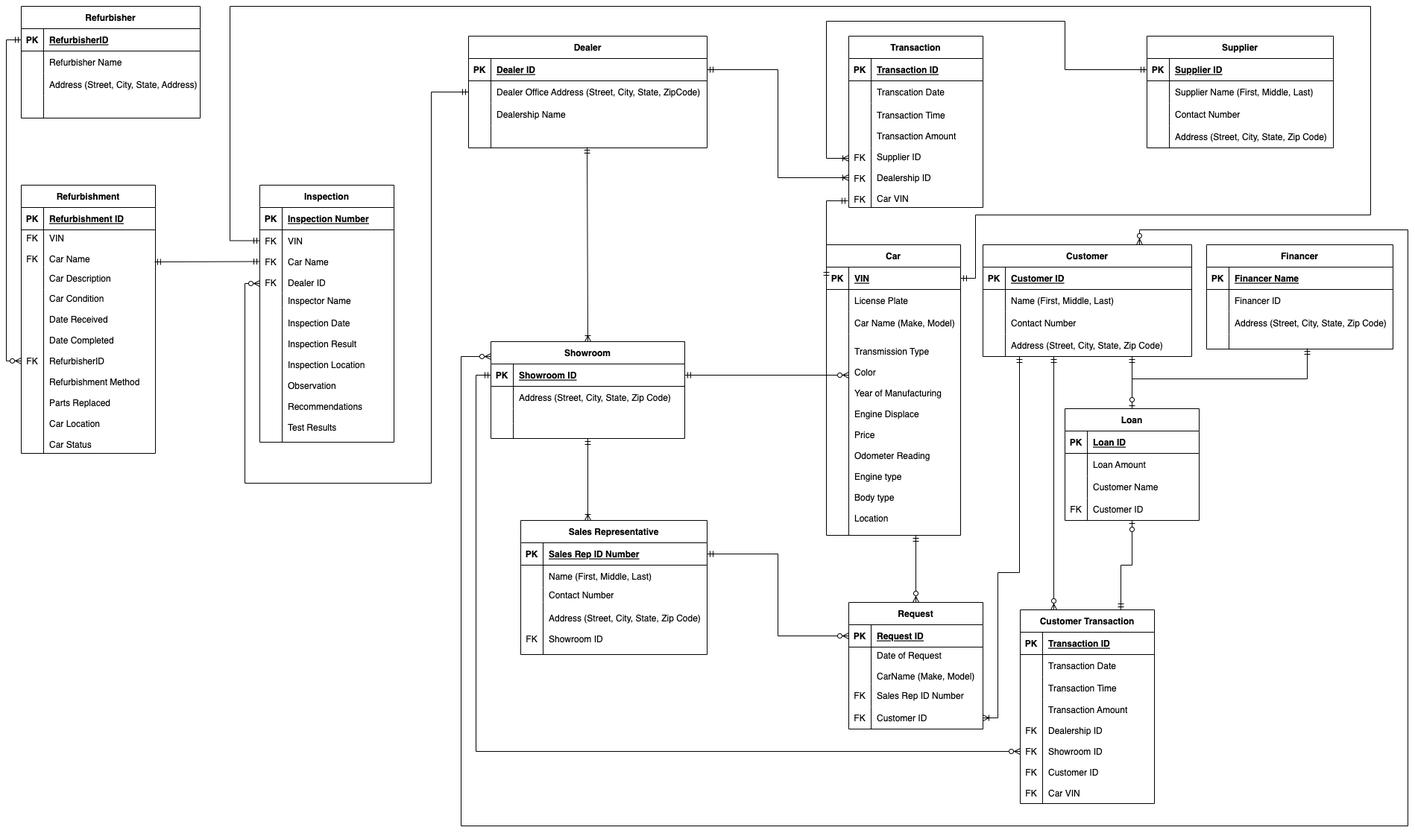
Animesh352/DAMG6210_Group17 keeps this draw.io diagram as P2/P2.png. Above is the earlier version. Source tidied: cells renumbered, new cells last; positions are measured from the earlier drawing's top-left corner, leaving out a move shared by most shapes.
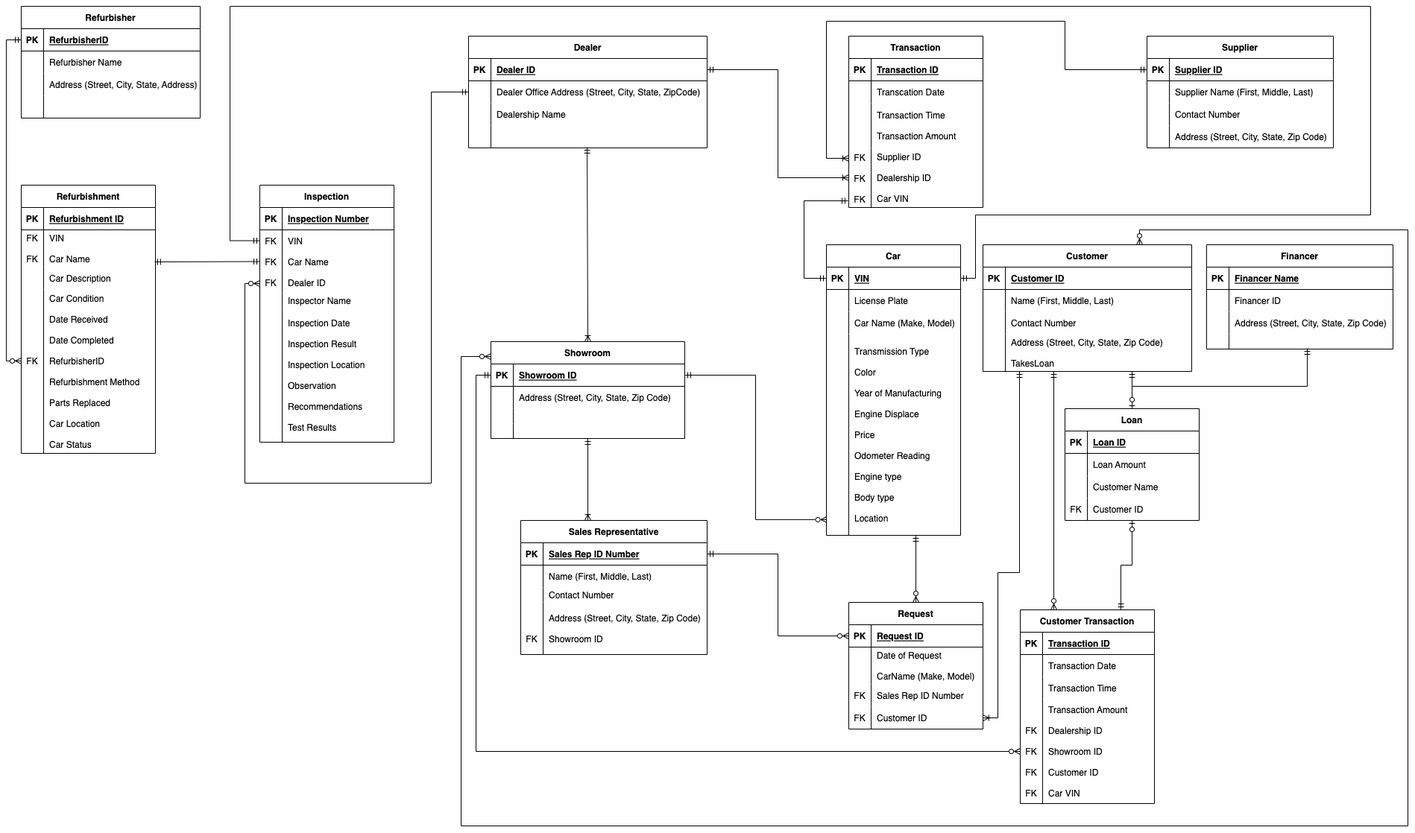
The same file after the commit.

Diff of the diagram source:
```diff
@@ -198,7 +198,7 @@
       <mxGeometry x="30" width="220" height="20" as="geometry" />
     </mxCell>
     <mxCell id="67" value="Customer" style="shape=table;startSize=30;rowLines=0;fontStyle=1;align=center;" parent="1" vertex="1">
-      <mxGeometry x="1310" y="320" width="280" height="150" as="geometry" />
+      <mxGeometry x="1310" y="320" width="280" height="170" as="geometry" />
     </mxCell>
     <mxCell id="68" style="shape=tableRow;horizontal=0;startSize=0;swimlaneHead=0;swimlaneBody=0;fillColor=none;top=0;left=0;right=0;bottom=1;" parent="67" vertex="1">
       <mxGeometry y="30" width="280" height="30" as="geometry" />
@@ -228,13 +228,13 @@
       <mxGeometry x="30" width="250" height="30" as="geometry" />
     </mxCell>
     <mxCell id="77" style="shape=tableRow;horizontal=0;startSize=0;swimlaneHead=0;swimlaneBody=0;fillColor=none;points=[[0,0.5],[1,0.5]];portConstraint=eastwest;top=0;left=0;right=0;bottom=0;" parent="67" vertex="1">
-      <mxGeometry y="120" width="280" height="30" as="geometry" />
+      <mxGeometry y="120" width="280" height="50" as="geometry" />
     </mxCell>
     <mxCell id="78" style="shape=partialRectangle;fillColor=none;top=0;left=0;bottom=0;right=0;overflow=hidden;" parent="77" vertex="1">
-      <mxGeometry width="30" height="30" as="geometry" />
+      <mxGeometry width="30" height="50" as="geometry" />
     </mxCell>
-    <mxCell id="79" value="Address (Street, City, State, Zip Code)" style="shape=partialRectangle;fillColor=none;top=0;left=0;bottom=0;right=0;align=left;spacingLeft=6;overflow=hidden;" parent="77" vertex="1">
-      <mxGeometry x="30" width="250" height="30" as="geometry" />
+    <mxCell id="79" value="Address (Street, City, State, Zip Code)&#10;&#10;TakesLoan" style="shape=partialRectangle;fillColor=none;top=0;left=0;bottom=0;right=0;align=left;spacingLeft=6;overflow=hidden;" parent="77" vertex="1">
+      <mxGeometry x="30" width="250" height="50" as="geometry" />
     </mxCell>
     <mxCell id="80" value="Showroom" style="shape=table;startSize=30;rowLines=0;fontStyle=1;align=center;" parent="1" vertex="1">
       <mxGeometry x="650" y="450" width="260" height="130" as="geometry" />
@@ -540,8 +540,8 @@
     <mxCell id="175" style="endArrow=ERmandOne;html=1;rounded=0;exitX=0;exitY=0.5;exitDx=0;exitDy=0;startArrow=ERmandOne;startFill=0;endFill=0;entryX=-0.006;entryY=0.888;entryDx=0;entryDy=0;entryPerimeter=0;edgeStyle=orthogonalEdgeStyle;" parent="1" edge="1" source="42" target="25">
       <mxGeometry relative="1" as="geometry">
         <Array as="points">
-          <mxPoint x="1100" y="365" />
-          <mxPoint x="1100" y="260" />
+          <mxPoint x="1070" y="365" />
+          <mxPoint x="1070" y="261" />
         </Array>
       </mxGeometry>
     </mxCell>
@@ -576,14 +576,15 @@
     </mxCell>
     <mxCell id="181" style="endArrow=ERzeroToOne;html=1;rounded=0;entryX=0.5;entryY=0;entryDx=0;entryDy=0;startArrow=ERmandOne;startFill=0;endFill=0;" parent="1" edge="1" target="106">
       <mxGeometry relative="1" as="geometry">
-        <mxPoint x="1510" y="470" as="sourcePoint" />
+        <mxPoint x="1510" y="490" as="sourcePoint" />
       </mxGeometry>
     </mxCell>
     <mxCell id="182" style="endArrow=ERmandOne;html=1;rounded=0;entryX=0.54;entryY=0.95;entryDx=0;entryDy=0;entryPerimeter=0;edgeStyle=orthogonalEdgeStyle;endFill=0;" parent="1" edge="1" target="64">
       <mxGeometry relative="1" as="geometry">
         <mxPoint x="1510" y="500" as="sourcePoint" />
         <Array as="points">
-          <mxPoint x="1745" y="500" />
+          <mxPoint x="1510" y="510" />
+          <mxPoint x="1745" y="510" />
         </Array>
       </mxGeometry>
     </mxCell>
@@ -592,7 +593,7 @@
     </mxCell>
     <mxCell id="184" style="endArrow=ERzeroToMany;html=1;rounded=0;entryX=0.25;entryY=0;entryDx=0;entryDy=0;startArrow=ERmandOne;startFill=0;endFill=0;" parent="1" edge="1" target="93">
       <mxGeometry relative="1" as="geometry">
-        <mxPoint x="1405" y="470" as="sourcePoint" />
+        <mxPoint x="1405" y="490" as="sourcePoint" />
       </mxGeometry>
     </mxCell>
     <mxCell id="185" style="endArrow=ERmandOne;html=1;rounded=0;exitX=0;exitY=0.5;exitDx=0;exitDy=0;entryX=0;entryY=0.5;entryDx=0;entryDy=0;edgeStyle=orthogonalEdgeStyle;startArrow=ERzeroToMany;startFill=0;endFill=0;" parent="1" edge="1" source="103" target="81">
@@ -603,10 +604,8 @@
         </Array>
       </mxGeometry>
     </mxCell>
-    <mxCell id="186" style="endArrow=ERzeroToMany;html=1;rounded=0;exitX=1;exitY=0.5;exitDx=0;exitDy=0;startArrow=ERmandOne;startFill=0;endFill=0;" parent="1" edge="1" source="81">
-      <mxGeometry relative="1" as="geometry">
-        <mxPoint x="1130" y="495" as="targetPoint" />
-      </mxGeometry>
+    <mxCell id="186" style="endArrow=ERzeroToMany;html=1;rounded=0;exitX=1;exitY=0.5;exitDx=0;exitDy=0;startArrow=ERmandOne;startFill=0;endFill=0;entryX=0.003;entryY=0.922;entryDx=0;entryDy=0;entryPerimeter=0;edgeStyle=orthogonalEdgeStyle;" parent="1" edge="1" source="81" target="51">
+      <mxGeometry relative="1" as="geometry" />
     </mxCell>
     <mxCell id="187" value="Refurbisher" style="shape=table;startSize=30;rowLines=0;fontStyle=1;align=center;" parent="1" vertex="1">
       <mxGeometry x="20" width="240" height="150" as="geometry" />
```
